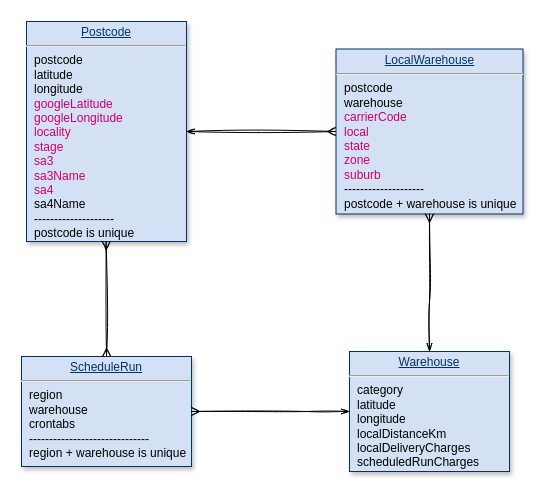
tabhan/diagrams keeps this draw.io diagram as Untitled Diagram.drawio. Above is the earlier version. Source tidied: cells renumbered, new cells numbered last; positions are measured from the earlier drawing's top-left corner, leaving out a move shared by most shapes. Both pictures are drawn from the tidied source at 100%, with x=0, y=0 at pixel (21, 21).
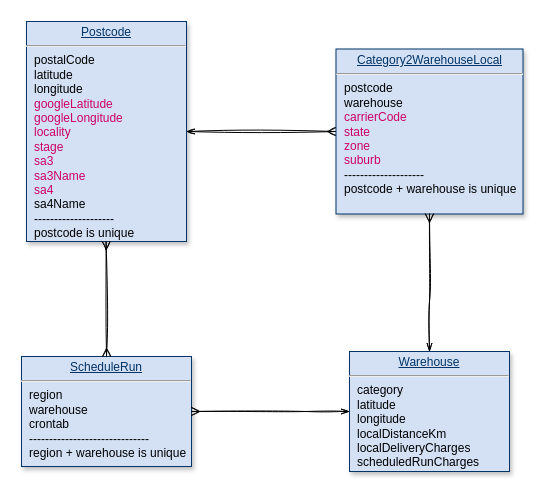
After the change.

Change to the diagram source:
```diff
@@
 <mxGraphModel>
   <root>
     <mxCell id="0" />
     <mxCell id="1" parent="0" />
     <mxCell id="2" style="edgeStyle=elbowEdgeStyle;curved=1;sketch=1;jettySize=auto;html=1;exitX=1;exitY=0.5;exitDx=0;exitDy=0;entryX=0;entryY=0.5;entryDx=0;entryDy=0;startArrow=openThin;startFill=0;endArrow=ERmany;endFill=0;" parent="1" edge="1" source="3" target="5">
       <mxGeometry relative="1" as="geometry" />
     </mxCell>
-    <mxCell id="3" value="&lt;p style=&quot;margin: 0px ; margin-top: 4px ; text-align: center ; text-decoration: underline&quot;&gt;Postcode&lt;/p&gt;&lt;hr&gt;&lt;p style=&quot;margin: 0px ; margin-left: 8px&quot;&gt;&lt;span&gt;&lt;font color=&quot;#000000&quot;&gt;postcode&lt;/font&gt;&lt;/span&gt;&lt;/p&gt;&lt;p style=&quot;margin: 0px ; margin-left: 8px&quot;&gt;&lt;font color=&quot;#000000&quot;&gt;latitude&lt;/font&gt;&lt;/p&gt;&lt;p style=&quot;margin: 0px ; margin-left: 8px&quot;&gt;&lt;font color=&quot;#000000&quot;&gt;longitude&lt;/font&gt;&lt;/p&gt;&lt;p style=&quot;margin: 0px ; margin-left: 8px&quot;&gt;&lt;font color=&quot;#cc0066&quot;&gt;googleLatitude&lt;/font&gt;&lt;/p&gt;&lt;p style=&quot;margin: 0px ; margin-left: 8px&quot;&gt;&lt;font color=&quot;#cc0066&quot;&gt;googleLongitude&lt;/font&gt;&lt;/p&gt;&lt;p style=&quot;margin: 0px ; margin-left: 8px&quot;&gt;&lt;font color=&quot;#cc0066&quot;&gt;locality&lt;/font&gt;&lt;/p&gt;&lt;p style=&quot;margin: 0px ; margin-left: 8px&quot;&gt;&lt;font color=&quot;#cc0066&quot;&gt;stage&lt;/font&gt;&lt;/p&gt;&lt;p style=&quot;margin: 0px ; margin-left: 8px&quot;&gt;&lt;font color=&quot;#cc0066&quot;&gt;sa3&lt;/font&gt;&lt;/p&gt;&lt;p style=&quot;margin: 0px ; margin-left: 8px&quot;&gt;&lt;font color=&quot;#cc0066&quot;&gt;sa3Name&lt;/font&gt;&lt;/p&gt;&lt;p style=&quot;margin: 0px ; margin-left: 8px&quot;&gt;&lt;font color=&quot;#cc0066&quot;&gt;sa4&lt;/font&gt;&lt;/p&gt;&lt;p style=&quot;margin: 0px ; margin-left: 8px&quot;&gt;&lt;font color=&quot;#000000&quot;&gt;sa4Name&lt;/font&gt;&lt;/p&gt;&lt;p style=&quot;margin: 0px ; margin-left: 8px&quot;&gt;&lt;font color=&quot;#000000&quot;&gt;--------------------&lt;/font&gt;&lt;/p&gt;&lt;p style=&quot;margin: 0px ; margin-left: 8px&quot;&gt;&lt;font color=&quot;#000000&quot;&gt;postcode is unique&lt;/font&gt;&lt;/p&gt;" style="verticalAlign=top;align=left;overflow=fill;fontSize=12;fontFamily=Helvetica;html=1;strokeColor=#003366;shadow=1;fillColor=#D4E1F5;fontColor=#003366;" parent="1" vertex="1">
+    <mxCell id="3" value="&lt;p style=&quot;margin: 0px ; margin-top: 4px ; text-align: center ; text-decoration: underline&quot;&gt;Postcode&lt;/p&gt;&lt;hr&gt;&lt;p style=&quot;margin: 0px ; margin-left: 8px&quot;&gt;&lt;font color=&quot;#000000&quot;&gt;postalCode&lt;/font&gt;&lt;br&gt;&lt;/p&gt;&lt;p style=&quot;margin: 0px ; margin-left: 8px&quot;&gt;&lt;font color=&quot;#000000&quot;&gt;latitude&lt;/font&gt;&lt;/p&gt;&lt;p style=&quot;margin: 0px ; margin-left: 8px&quot;&gt;&lt;font color=&quot;#000000&quot;&gt;longitude&lt;/font&gt;&lt;/p&gt;&lt;p style=&quot;margin: 0px ; margin-left: 8px&quot;&gt;&lt;font color=&quot;#cc0066&quot;&gt;googleLatitude&lt;/font&gt;&lt;/p&gt;&lt;p style=&quot;margin: 0px ; margin-left: 8px&quot;&gt;&lt;font color=&quot;#cc0066&quot;&gt;googleLongitude&lt;/font&gt;&lt;/p&gt;&lt;p style=&quot;margin: 0px ; margin-left: 8px&quot;&gt;&lt;font color=&quot;#cc0066&quot;&gt;locality&lt;/font&gt;&lt;/p&gt;&lt;p style=&quot;margin: 0px ; margin-left: 8px&quot;&gt;&lt;font color=&quot;#cc0066&quot;&gt;stage&lt;/font&gt;&lt;/p&gt;&lt;p style=&quot;margin: 0px ; margin-left: 8px&quot;&gt;&lt;font color=&quot;#cc0066&quot;&gt;sa3&lt;/font&gt;&lt;/p&gt;&lt;p style=&quot;margin: 0px ; margin-left: 8px&quot;&gt;&lt;font color=&quot;#cc0066&quot;&gt;sa3Name&lt;/font&gt;&lt;/p&gt;&lt;p style=&quot;margin: 0px ; margin-left: 8px&quot;&gt;&lt;font color=&quot;#cc0066&quot;&gt;sa4&lt;/font&gt;&lt;/p&gt;&lt;p style=&quot;margin: 0px ; margin-left: 8px&quot;&gt;&lt;font color=&quot;#000000&quot;&gt;sa4Name&lt;/font&gt;&lt;/p&gt;&lt;p style=&quot;margin: 0px ; margin-left: 8px&quot;&gt;&lt;font color=&quot;#000000&quot;&gt;--------------------&lt;/font&gt;&lt;/p&gt;&lt;p style=&quot;margin: 0px ; margin-left: 8px&quot;&gt;&lt;font color=&quot;#000000&quot;&gt;postcode is unique&lt;/font&gt;&lt;/p&gt;" style="verticalAlign=top;align=left;overflow=fill;fontSize=12;fontFamily=Helvetica;html=1;strokeColor=#003366;shadow=1;fillColor=#D4E1F5;fontColor=#003366;" parent="1" vertex="1">
       <mxGeometry x="5" width="160" height="220" as="geometry" />
     </mxCell>
     <mxCell id="4" value="&lt;p style=&quot;margin: 0px ; margin-top: 4px ; text-align: center ; text-decoration: underline&quot;&gt;Warehouse&lt;/p&gt;&lt;hr&gt;&lt;p style=&quot;margin: 0px ; margin-left: 8px&quot;&gt;&lt;font color=&quot;#000000&quot;&gt;category&lt;/font&gt;&lt;/p&gt;&lt;p style=&quot;margin: 0px ; margin-left: 8px&quot;&gt;&lt;font color=&quot;#000000&quot;&gt;latitude&lt;/font&gt;&lt;/p&gt;&lt;p style=&quot;margin: 0px ; margin-left: 8px&quot;&gt;&lt;font color=&quot;#000000&quot;&gt;longitude&lt;/font&gt;&lt;/p&gt;&lt;p style=&quot;margin: 0px ; margin-left: 8px&quot;&gt;&lt;font color=&quot;#000000&quot;&gt;localDistanceKm&lt;/font&gt;&lt;/p&gt;&lt;p style=&quot;margin: 0px ; margin-left: 8px&quot;&gt;&lt;font color=&quot;#000000&quot;&gt;localDeliveryCharges&lt;/font&gt;&lt;/p&gt;&lt;p style=&quot;margin: 0px ; margin-left: 8px&quot;&gt;&lt;font color=&quot;#000000&quot;&gt;scheduledRunCharges&lt;/font&gt;&lt;/p&gt;" style="verticalAlign=top;align=left;overflow=fill;fontSize=12;fontFamily=Helvetica;html=1;strokeColor=#003366;shadow=1;fillColor=#D4E1F5;fontColor=#003366;" parent="1" vertex="1">
       <mxGeometry x="328" y="330" width="160" height="120" as="geometry" />
     </mxCell>
-    <mxCell id="5" value="&lt;p style=&quot;margin: 0px ; margin-top: 4px ; text-align: center ; text-decoration: underline&quot;&gt;LocalWarehouse&lt;/p&gt;&lt;hr&gt;&lt;p style=&quot;margin: 0px ; margin-left: 8px&quot;&gt;&lt;font color=&quot;#000000&quot;&gt;postcode&lt;/font&gt;&lt;/p&gt;&lt;p style=&quot;margin: 0px ; margin-left: 8px&quot;&gt;&lt;font color=&quot;#000000&quot;&gt;warehouse&lt;/font&gt;&lt;/p&gt;&lt;p style=&quot;margin: 0px ; margin-left: 8px&quot;&gt;&lt;font color=&quot;#cc0066&quot;&gt;carrierCode&lt;/font&gt;&lt;/p&gt;&lt;p style=&quot;margin: 0px ; margin-left: 8px&quot;&gt;&lt;font color=&quot;#cc0066&quot;&gt;local&lt;/font&gt;&lt;/p&gt;&lt;p style=&quot;margin: 0px ; margin-left: 8px&quot;&gt;&lt;font color=&quot;#cc0066&quot;&gt;state&lt;/font&gt;&lt;/p&gt;&lt;p style=&quot;margin: 0px ; margin-left: 8px&quot;&gt;&lt;font color=&quot;#cc0066&quot;&gt;zone&lt;/font&gt;&lt;/p&gt;&lt;p style=&quot;margin: 0px ; margin-left: 8px&quot;&gt;&lt;font color=&quot;#cc0066&quot;&gt;suburb&lt;/font&gt;&lt;/p&gt;&lt;p style=&quot;margin: 0px ; margin-left: 8px&quot;&gt;&lt;font color=&quot;#000000&quot;&gt;--------------------&lt;/font&gt;&lt;/p&gt;&lt;p style=&quot;margin: 0px ; margin-left: 8px&quot;&gt;&lt;font color=&quot;#000000&quot;&gt;postcode + warehouse is unique&lt;/font&gt;&lt;/p&gt;" style="verticalAlign=top;align=left;overflow=fill;fontSize=12;fontFamily=Helvetica;html=1;strokeColor=#003366;shadow=1;fillColor=#D4E1F5;fontColor=#003366;" parent="1" vertex="1">
+    <mxCell id="5" value="&lt;p style=&quot;margin: 0px ; margin-top: 4px ; text-align: center ; text-decoration: underline&quot;&gt;Category2WarehouseLocal&lt;/p&gt;&lt;hr&gt;&lt;p style=&quot;margin: 0px ; margin-left: 8px&quot;&gt;&lt;font color=&quot;#000000&quot;&gt;postcode&lt;/font&gt;&lt;/p&gt;&lt;p style=&quot;margin: 0px ; margin-left: 8px&quot;&gt;&lt;font color=&quot;#000000&quot;&gt;warehouse&lt;/font&gt;&lt;/p&gt;&lt;p style=&quot;margin: 0px ; margin-left: 8px&quot;&gt;&lt;font color=&quot;#cc0066&quot;&gt;carrierCode&lt;/font&gt;&lt;/p&gt;&lt;p style=&quot;margin: 0px ; margin-left: 8px&quot;&gt;&lt;font color=&quot;#cc0066&quot;&gt;state&lt;/font&gt;&lt;/p&gt;&lt;p style=&quot;margin: 0px ; margin-left: 8px&quot;&gt;&lt;font color=&quot;#cc0066&quot;&gt;zone&lt;/font&gt;&lt;/p&gt;&lt;p style=&quot;margin: 0px ; margin-left: 8px&quot;&gt;&lt;font color=&quot;#cc0066&quot;&gt;suburb&lt;/font&gt;&lt;/p&gt;&lt;p style=&quot;margin: 0px ; margin-left: 8px&quot;&gt;&lt;font color=&quot;#000000&quot;&gt;--------------------&lt;/font&gt;&lt;/p&gt;&lt;p style=&quot;margin: 0px ; margin-left: 8px&quot;&gt;&lt;font color=&quot;#000000&quot;&gt;postcode + warehouse is unique&lt;/font&gt;&lt;/p&gt;" style="verticalAlign=top;align=left;overflow=fill;fontSize=12;fontFamily=Helvetica;html=1;strokeColor=#003366;shadow=1;fillColor=#D4E1F5;fontColor=#003366;" parent="1" vertex="1">
       <mxGeometry x="314.5" y="27.5" width="187" height="165" as="geometry" />
     </mxCell>
-    <mxCell id="6" value="&lt;p style=&quot;margin: 0px ; margin-top: 4px ; text-align: center ; text-decoration: underline&quot;&gt;ScheduleRun&lt;/p&gt;&lt;hr&gt;&lt;p style=&quot;margin: 0px ; margin-left: 8px&quot;&gt;&lt;font color=&quot;#000000&quot;&gt;region&lt;/font&gt;&lt;/p&gt;&lt;p style=&quot;margin: 0px ; margin-left: 8px&quot;&gt;&lt;font color=&quot;#000000&quot;&gt;warehouse&lt;/font&gt;&lt;/p&gt;&lt;p style=&quot;margin: 0px ; margin-left: 8px&quot;&gt;&lt;font color=&quot;#000000&quot;&gt;crontabs&lt;/font&gt;&lt;/p&gt;&lt;p style=&quot;margin: 0px ; margin-left: 8px&quot;&gt;&lt;font color=&quot;#000000&quot;&gt;------------------------------&lt;/font&gt;&lt;/p&gt;&lt;p style=&quot;margin: 0px ; margin-left: 8px&quot;&gt;&lt;font color=&quot;#000000&quot;&gt;region + warehouse is unique&lt;/font&gt;&lt;/p&gt;" style="verticalAlign=top;align=left;overflow=fill;fontSize=12;fontFamily=Helvetica;html=1;strokeColor=#003366;shadow=1;fillColor=#D4E1F5;fontColor=#003366;" parent="1" vertex="1">
+    <mxCell id="6" value="&lt;p style=&quot;margin: 0px ; margin-top: 4px ; text-align: center ; text-decoration: underline&quot;&gt;ScheduleRun&lt;/p&gt;&lt;hr&gt;&lt;p style=&quot;margin: 0px ; margin-left: 8px&quot;&gt;&lt;font color=&quot;#000000&quot;&gt;region&lt;/font&gt;&lt;/p&gt;&lt;p style=&quot;margin: 0px ; margin-left: 8px&quot;&gt;&lt;font color=&quot;#000000&quot;&gt;warehouse&lt;/font&gt;&lt;/p&gt;&lt;p style=&quot;margin: 0px ; margin-left: 8px&quot;&gt;&lt;font color=&quot;#000000&quot;&gt;crontab&lt;/font&gt;&lt;/p&gt;&lt;p style=&quot;margin: 0px ; margin-left: 8px&quot;&gt;&lt;font color=&quot;#000000&quot;&gt;------------------------------&lt;/font&gt;&lt;/p&gt;&lt;p style=&quot;margin: 0px ; margin-left: 8px&quot;&gt;&lt;font color=&quot;#000000&quot;&gt;region + warehouse is unique&lt;/font&gt;&lt;/p&gt;" style="verticalAlign=top;align=left;overflow=fill;fontSize=12;fontFamily=Helvetica;html=1;strokeColor=#003366;shadow=1;fillColor=#D4E1F5;fontColor=#003366;" parent="1" vertex="1">
       <mxGeometry y="335" width="170" height="110" as="geometry" />
     </mxCell>
     <mxCell id="7" style="edgeStyle=elbowEdgeStyle;sketch=1;jettySize=auto;html=1;startArrow=openThin;startFill=0;endArrow=ERmany;endFill=0;entryX=0.5;entryY=1;entryDx=0;entryDy=0;rounded=0;exitX=0.5;exitY=0;exitDx=0;exitDy=0;" parent="1" edge="1" source="4" target="5">
       <mxGeometry relative="1" as="geometry">
         <Array as="points">
           <mxPoint x="408" y="280" />
         </Array>
       </mxGeometry>
     </mxCell>
     <mxCell id="8" style="edgeStyle=elbowEdgeStyle;sketch=1;jettySize=auto;html=1;startArrow=openThin;startFill=0;endArrow=ERmany;endFill=0;rounded=0;entryX=1;entryY=0.5;entryDx=0;entryDy=0;exitX=0;exitY=0.5;exitDx=0;exitDy=0;" parent="1" edge="1" source="4" target="6">
       <mxGeometry relative="1" as="geometry">
         <Array as="points">
           <mxPoint x="285" y="350" />
         </Array>
       </mxGeometry>
     </mxCell>
     <mxCell id="9" style="edgeStyle=elbowEdgeStyle;sketch=1;jettySize=auto;html=1;startArrow=ERmany;startFill=0;endArrow=ERmany;endFill=0;rounded=0;exitX=0.5;exitY=0;exitDx=0;exitDy=0;entryX=0.5;entryY=1;entryDx=0;entryDy=0;" parent="1" edge="1" source="6" target="3">
       <mxGeometry relative="1" as="geometry">
         <Array as="points">
           <mxPoint x="84.6" y="280" />
         </Array>
       </mxGeometry>
     </mxCell>
   </root>
 </mxGraphModel>
```
